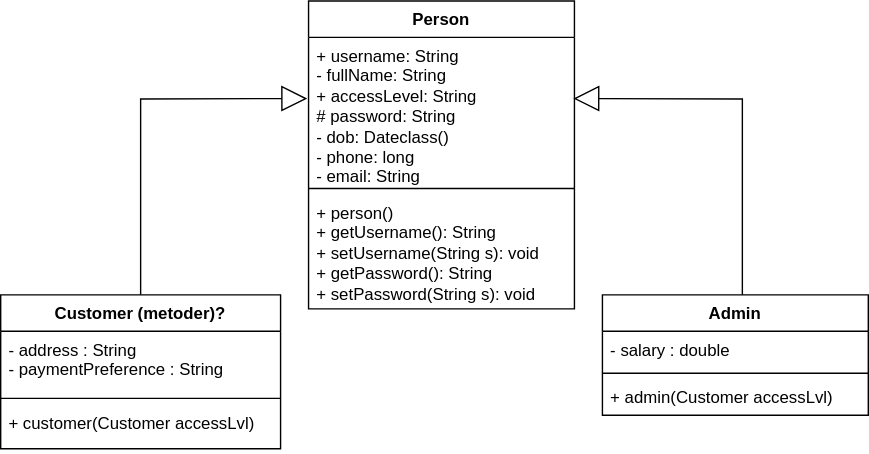
This is .idea/umlAnalys.drawio.svg from Jollan123/lab1, a draw.io export, as it was before one commit. Source tidied: cells renumbered, new cells last; positions are measured from the earlier drawing's top-left corner, leaving out a move shared by most shapes.
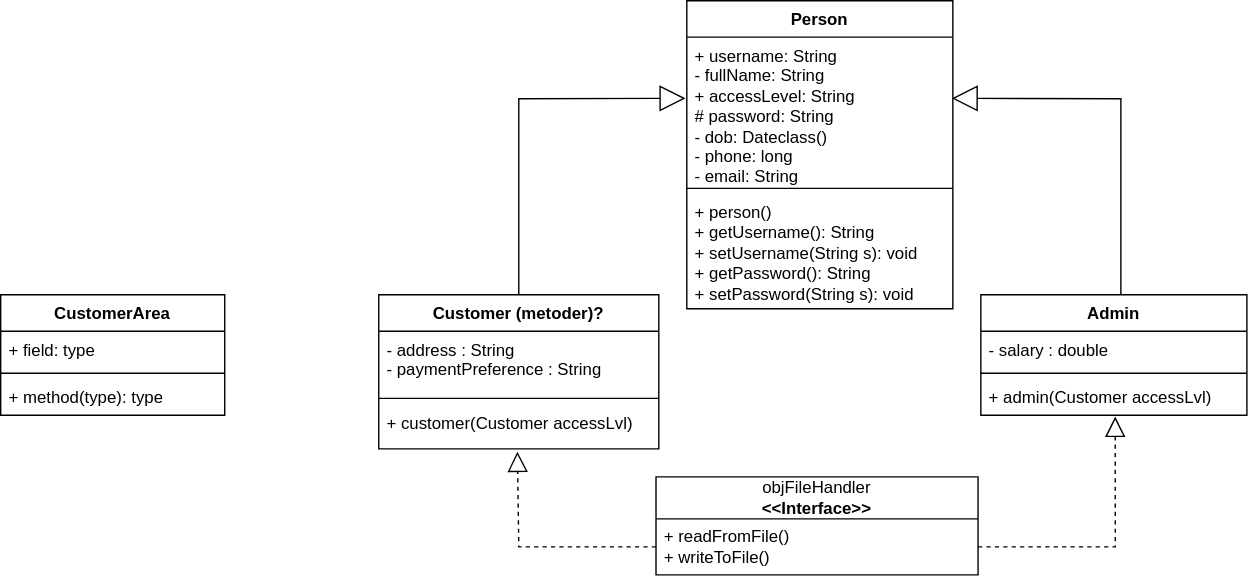
The same file after the commit.

What changed in the source:
```diff
@@ -53,5 +53,37 @@
         </Array>
       </mxGeometry>
     </mxCell>
+    <mxCell id="16" value="&lt;font style=&quot;font-size: 12px;&quot;&gt;&lt;span style=&quot;text-align: start;&quot;&gt;objFileHandler&lt;/span&gt;&lt;br&gt;&lt;/font&gt;&lt;div&gt;&lt;b&gt;&lt;font style=&quot;font-size: 12px;&quot;&gt;&amp;lt;&amp;lt;Interface&amp;gt;&amp;gt;&lt;/font&gt;&lt;/b&gt;&lt;/div&gt;" style="swimlane;fontStyle=0;horizontal=1;startSize=30;whiteSpace=wrap;html=1;fillColor=#FFFFFF;strokeColor=#000000;" parent="1" vertex="1">
+      <mxGeometry x="198" y="340" width="230" height="70" as="geometry" />
+    </mxCell>
+    <mxCell id="17" value="&lt;span style=&quot;&quot;&gt;+ readFromFile()&lt;/span&gt;&lt;br style=&quot;&quot;&gt;&lt;span style=&quot;&quot;&gt;+ writeToFile()&lt;/span&gt;" style="text;strokeColor=none;fillColor=none;align=left;verticalAlign=middle;spacingLeft=4;spacingRight=4;overflow=hidden;points=[[0,0.5],[1,0.5]];portConstraint=eastwest;whiteSpace=wrap;html=1;" parent="16" vertex="1">
+      <mxGeometry y="30" width="230" height="40" as="geometry" />
+    </mxCell>
+    <mxCell id="18" style="endArrow=block;dashed=1;endFill=0;endSize=12;html=1;rounded=0;entryX=0.505;entryY=1.038;entryDx=0;entryDy=0;entryPerimeter=0;exitX=1;exitY=0.5;exitDx=0;exitDy=0;" parent="1" edge="1" source="17" target="14">
+      <mxGeometry relative="1" as="geometry">
+        <Array as="points">
+          <mxPoint x="526" y="390" />
+        </Array>
+      </mxGeometry>
+    </mxCell>
+    <mxCell id="19" style="endArrow=block;dashed=1;endFill=0;endSize=12;html=1;rounded=0;entryX=0.495;entryY=1.063;entryDx=0;entryDy=0;entryPerimeter=0;" parent="1" edge="1" source="17" target="9">
+      <mxGeometry relative="1" as="geometry">
+        <Array as="points">
+          <mxPoint x="100" y="390" />
+        </Array>
+      </mxGeometry>
+    </mxCell>
+    <mxCell id="20" value="CustomerArea" style="swimlane;fontStyle=1;align=center;verticalAlign=top;horizontal=1;startSize=26;whiteSpace=wrap;html=1;" parent="1" vertex="1">
+      <mxGeometry x="-270" y="210" width="160" height="86" as="geometry" />
+    </mxCell>
+    <mxCell id="21" value="+ field: type" style="text;strokeColor=none;fillColor=none;align=left;verticalAlign=top;spacingLeft=4;spacingRight=4;overflow=hidden;whiteSpace=wrap;html=1;" parent="20" vertex="1">
+      <mxGeometry y="26" width="160" height="26" as="geometry" />
+    </mxCell>
+    <mxCell id="22" style="line;strokeWidth=1;fillColor=none;align=left;verticalAlign=middle;spacingTop=-1;spacingLeft=3;spacingRight=3;labelPosition=right;strokeColor=inherit;" parent="20" vertex="1">
+      <mxGeometry y="52" width="160" height="8" as="geometry" />
+    </mxCell>
+    <mxCell id="23" value="+ method(type): type" style="text;strokeColor=none;fillColor=none;align=left;verticalAlign=top;spacingLeft=4;spacingRight=4;overflow=hidden;whiteSpace=wrap;html=1;" parent="20" vertex="1">
+      <mxGeometry y="60" width="160" height="26" as="geometry" />
+    </mxCell>
   </root>
 </mxGraphModel>
```
